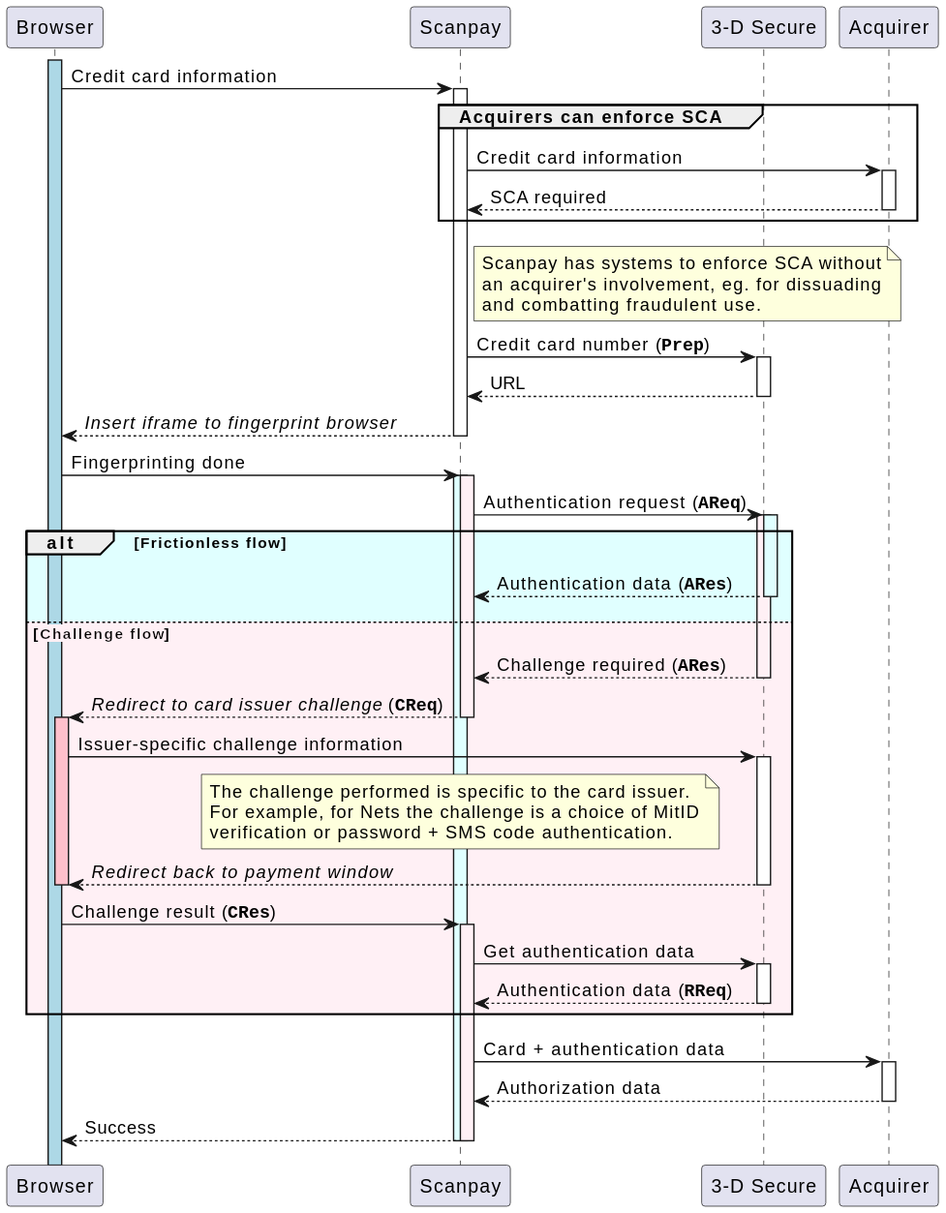
The PlantUML diagram src/docs/synchronization/img/sequence-sca.svg in scanpay/docs.scanpay.dk, before a commit.
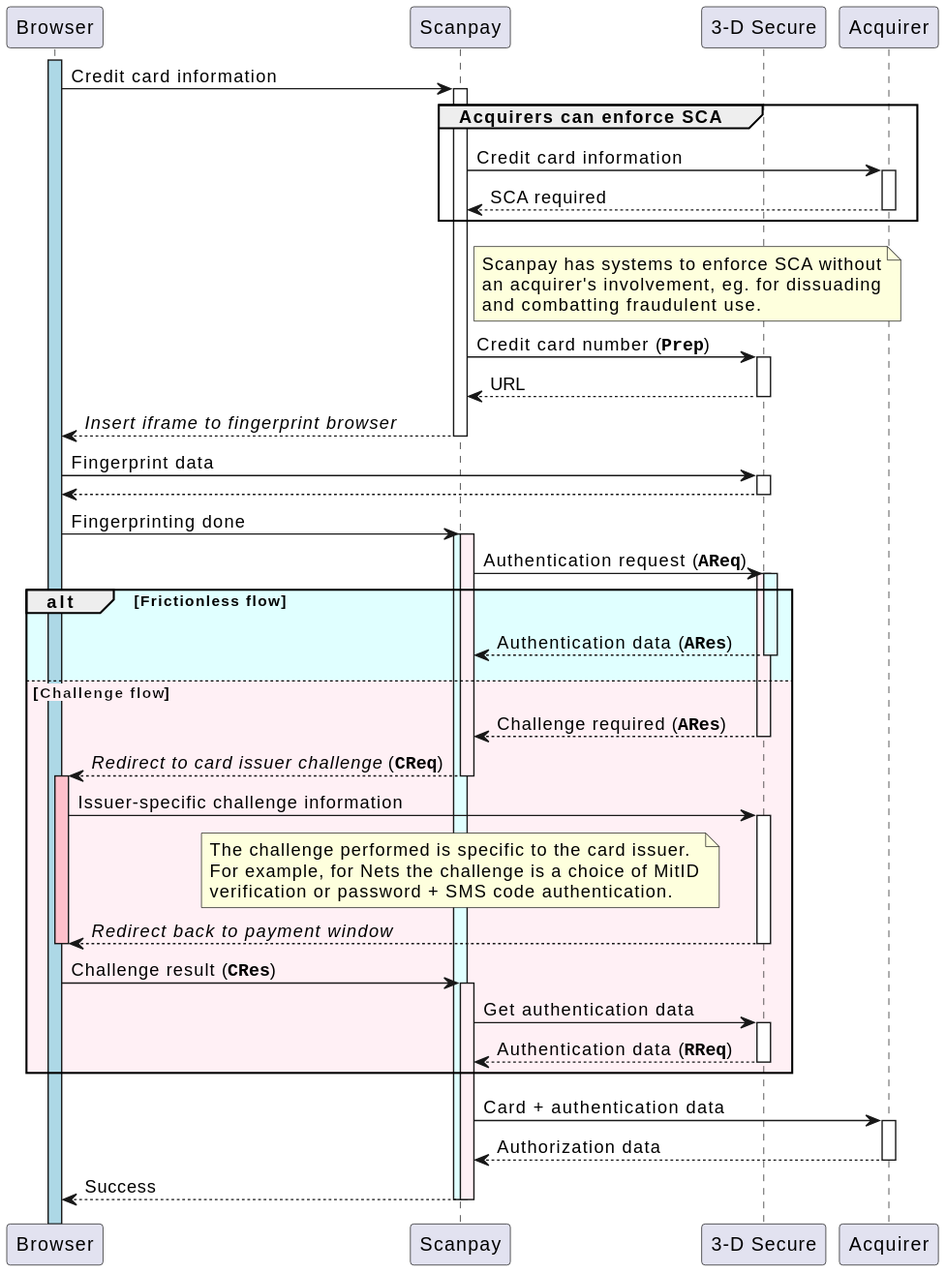
Above is the later version.

Commit message:
Remember to update the svgs you dope

Change to the diagram source:
```diff
@@ -18,6 +18,8 @@
 sp -> sca ++ : Credit card number (**""Prep""**)
 sp <-- sca -- : URL
 b <-- sp -- : //Insert iframe to fingerprint browser//
+b -> sca ++ : Fingerprint data
+b <-- sca --
 b -> sp : Fingerprinting done
 activate sp #LightCyan
 activate sp #LavenderBlush
```
